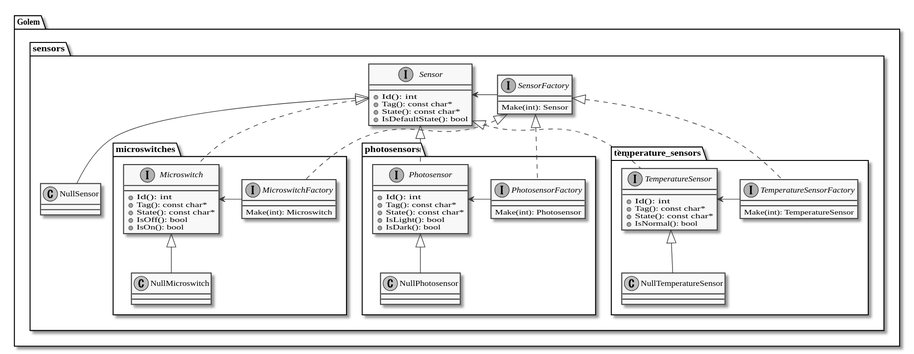
Before: doc/sensor_class_diagram.svg, a diagram exported from PlantUML (kokabe2/golem).
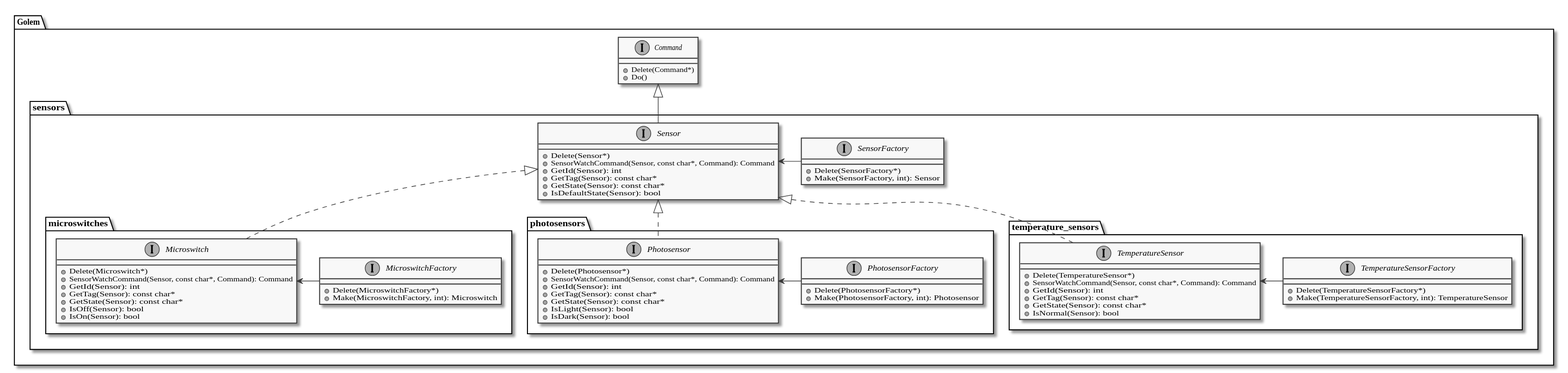
Later version of the same file.

Commit message:
Update class diagram

What changed in the source:
```diff
@@ -5,69 +5,88 @@
 }
 
 package Golem {
+    interface Command {
+        + Delete(Command*)
+        + Do()
+    }
+
     folder sensors {
         interface Sensor {
-            + Id(): int
-            + Tag(): const char*
-            + State(): const char*
-            + IsDefaultState(): bool
+            + Delete(Sensor*)
+            + SensorWatchCommand(Sensor, const char*, Command): Command
+            + GetId(Sensor): int
+            + GetTag(Sensor): const char*
+            + GetState(Sensor): const char*
+            + IsDefaultState(Sensor): bool
         }
+
         interface SensorFactory {
-            Make(int): Sensor
+            + Delete(SensorFactory*)
+            + Make(SensorFactory, int): Sensor
         }
-        class NullSensor
+
         folder microswitches {
             interface Microswitch {
-                + Id(): int
-                + Tag(): const char*
-                + State(): const char*
-                + IsOff(): bool
-                + IsOn(): bool
+                + Delete(Microswitch*)
+                + SensorWatchCommand(Sensor, const char*, Command): Command
+                + GetId(Sensor): int
+                + GetTag(Sensor): const char*
+                + GetState(Sensor): const char*
+                + IsOff(Sensor): bool
+                + IsOn(Sensor): bool
             }
+
             interface MicroswitchFactory {
-                Make(int): Microswitch
+                + Delete(MicroswitchFactory*)
+                + Make(MicroswitchFactory, int): Microswitch
             }
-            class NullMicroswitch
-            Microswitch <|-- NullMicroswitch
+
             Microswitch <- MicroswitchFactory
         }
+
         folder photosensors {
             interface Photosensor {
-                + Id(): int
-                + Tag(): const char*
-                + State(): const char*
-                + IsLight(): bool
-                + IsDark(): bool
+                + Delete(Photosensor*)
+                + SensorWatchCommand(Sensor, const char*, Command): Command
+                + GetId(Sensor): int
+                + GetTag(Sensor): const char*
+                + GetState(Sensor): const char*
+                + IsLight(Sensor): bool
+                + IsDark(Sensor): bool
             }
+
             interface PhotosensorFactory {
-                Make(int): Photosensor
+                + Delete(PhotosensorFactory*)
+                + Make(PhotosensorFactory, int): Photosensor
             }
-            class NullPhotosensor
-            Photosensor <|-- NullPhotosensor
+
             Photosensor <- PhotosensorFactory
         }
+
         folder temperature_sensors {
             interface TemperatureSensor {
-                + Id(): int
-                + Tag(): const char*
-                + State(): const char*
-                + IsNormal(): bool
+                + Delete(TemperatureSensor*)
+                + SensorWatchCommand(Sensor, const char*, Command): Command
+                + GetId(Sensor): int
+                + GetTag(Sensor): const char*
+                + GetState(Sensor): const char*
+                + IsNormal(Sensor): bool
             }
+
             interface TemperatureSensorFactory {
-                Make(int): TemperatureSensor
+                + Delete(TemperatureSensorFactory*)
+                + Make(TemperatureSensorFactory, int): TemperatureSensor
             }
-            class NullTemperatureSensor
-            TemperatureSensor <|-- NullTemperatureSensor
+
             TemperatureSensor <- TemperatureSensorFactory
         }
-        Sensor <|-- NullSensor
+
         Sensor <- SensorFactory
         Sensor <|.. Microswitch
-        SensorFactory <|.. MicroswitchFactory
         Sensor <|.. Photosensor
-        SensorFactory <|.. PhotosensorFactory
         Sensor <|.. TemperatureSensor
-        SensorFactory <|.. TemperatureSensorFactory
     }
+
+    Command <|-- Sensor
 }
 @enduml
```
